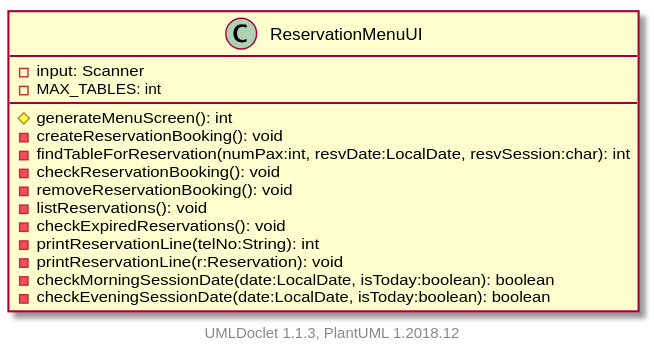
Before: projects/oodp/html/umlversion/uml/sg.edu.ntu.scse.cz2002.ui.ReservationMenuUI.svg, a diagram exported from PlantUML (itachi1706/How-to-use-Git-NTUSCSE1819-Site).
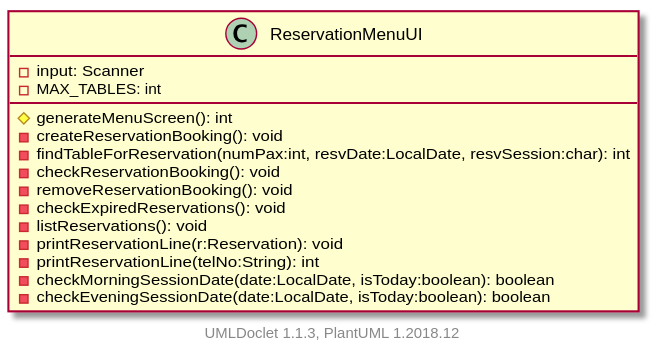
Later version of the same file.

What changed in the source:
```diff
@@ -8,10 +8,10 @@
         -findTableForReservation(numPax:int, resvDate:LocalDate, resvSession:char): int
         -checkReservationBooking(): void
         -removeReservationBooking(): void
+        -checkExpiredReservations(): void
         -listReservations(): void
-        -checkExpiredReservations(): void
+        -printReservationLine(r:Reservation): void
         -printReservationLine(telNo:String): int
-        -printReservationLine(r:Reservation): void
         -checkMorningSessionDate(date:LocalDate, isToday:boolean): boolean
         -checkEveningSessionDate(date:LocalDate, isToday:boolean): boolean
     }
```
